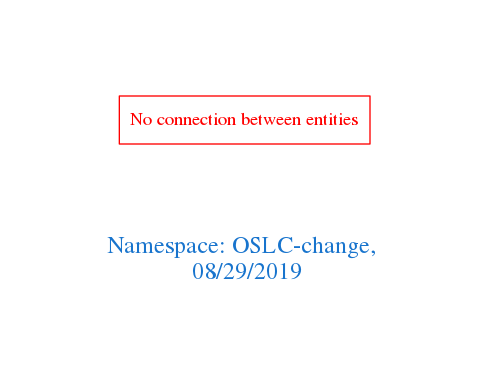
This is downloads/OSLC-change.png from arago/OGIT, a Graphviz export, as it was before one commit. Its source is kept beside it as downloads/OSLC-change.dot.
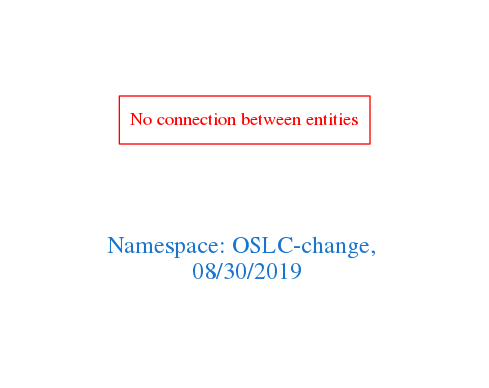
Later version of the same file.

Diff of the diagram source:
```diff
@@ -1,7 +1,7 @@
 digraph OGIT_ontology {
  graph [ rankdir= LR,pad=1
 fontsize = 18,
-fontcolor= dodgerblue3,label = "\n\n\nNamespace: OSLC-change, \n 08/29/2019"];
+fontcolor= dodgerblue3,label = "\n\n\nNamespace: OSLC-change, \n 08/30/2019"];
 node[shape=polygon];
 edge [  color="gray81"];
 
```
